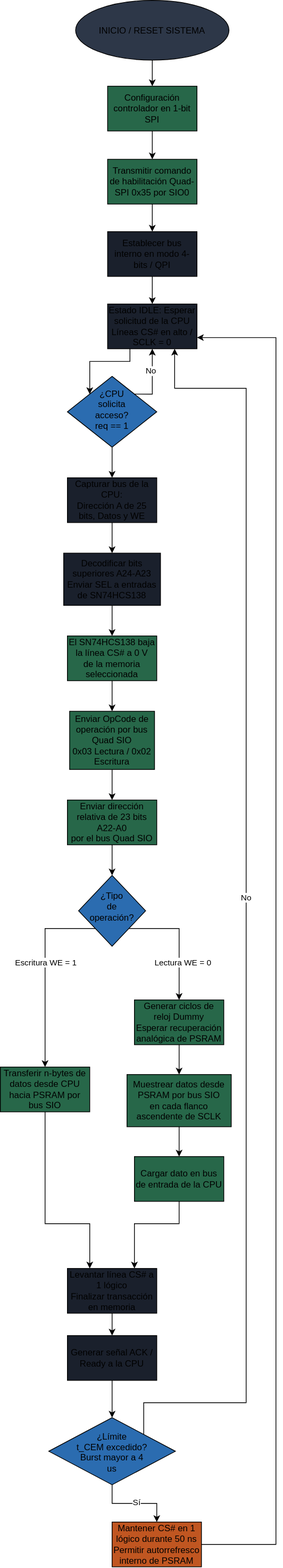
KUBIX2026/SPI_RAM keeps this draw.io diagram as Images/SPI_RAM.svg. Above is the earlier version. Source tidied: cells renumbered, new cells last; positions are measured from the earlier drawing's top-left corner, leaving out a move shared by most shapes. The source it was exported from:
```xml
<mxGraphModel>
  <root>
    <mxCell id="0" />
    <mxCell id="1" parent="0" />
    <mxCell id="2" style="edgeStyle=none;rounded=0;jettySize=auto;html=1;" parent="1" edge="1" source="3" target="5">
      <mxGeometry relative="1" as="geometry" />
    </mxCell>
    <mxCell id="3" value="INICIO / RESET SISTEMA" style="ellipse;whiteSpace=wrap;html=1;shapeInside=1;fillColor=light-dark(#2D3748,#2D3748);" parent="1" vertex="1">
      <mxGeometry x="101" width="206" height="80" as="geometry" />
    </mxCell>
    <mxCell id="4" style="edgeStyle=none;rounded=0;jettySize=auto;html=1;" parent="1" edge="1" source="5" target="7">
      <mxGeometry relative="1" as="geometry" />
    </mxCell>
    <mxCell id="5" value="Configuración controlador en 1-bit SPI" style="whiteSpace=wrap;html=1;fillColor=light-dark(#276749,#276749);" parent="1" vertex="1">
      <mxGeometry x="144" y="115" width="120" height="60" as="geometry" />
    </mxCell>
    <mxCell id="6" style="edgeStyle=none;rounded=0;jettySize=auto;html=1;" parent="1" edge="1" source="7" target="9">
      <mxGeometry relative="1" as="geometry" />
    </mxCell>
    <mxCell id="7" value="Transmitir comando de habilitación Quad-SPI 0x35 por SIO0" style="whiteSpace=wrap;html=1;fillColor=light-dark(#276749,#276749);" parent="1" vertex="1">
      <mxGeometry x="144" y="213" width="120" height="60" as="geometry" />
    </mxCell>
    <mxCell id="8" style="edgeStyle=orthogonalEdgeStyle;rounded=0;jettySize=auto;html=1;" parent="1" edge="1" source="9" target="11">
      <mxGeometry relative="1" as="geometry" />
    </mxCell>
    <mxCell id="9" value="Establecer bus interno en modo 4-bits / QPI" style="whiteSpace=wrap;html=1;fillColor=light-dark(#1A202C,#1A202C);" parent="1" vertex="1">
      <mxGeometry x="144" y="310" width="120" height="60" as="geometry" />
    </mxCell>
    <mxCell id="10" style="edgeStyle=orthogonalEdgeStyle;rounded=0;jettySize=auto;html=1;exitX=0.25;exitY=1;exitDx=0;exitDy=0;entryX=0;entryY=0;entryDx=0;entryDy=0;" parent="1" edge="1" source="11" target="15">
      <mxGeometry relative="1" as="geometry">
        <Array as="points">
          <mxPoint x="174" y="484" />
          <mxPoint x="120" y="484" />
        </Array>
      </mxGeometry>
    </mxCell>
    <mxCell id="11" value="&lt;div&gt;Estado IDLE: Esperar solicitud de la CPU&lt;/div&gt;&lt;div&gt;Líneas CS# en alto / SCLK = 0&lt;/div&gt;" style="whiteSpace=wrap;html=1;fillColor=light-dark(#1A202C,#1A202C);" parent="1" vertex="1">
      <mxGeometry x="144" y="407" width="120" height="60" as="geometry" />
    </mxCell>
    <mxCell id="12" style="edgeStyle=orthogonalEdgeStyle;rounded=0;jettySize=auto;html=1;exitX=1;exitY=0;exitDx=0;exitDy=0;entryX=0.5;entryY=1;entryDx=0;entryDy=0;" parent="1" edge="1" source="15" target="11">
      <mxGeometry relative="1" as="geometry">
        <Array as="points">
          <mxPoint x="204" y="527.8" />
        </Array>
      </mxGeometry>
    </mxCell>
    <mxCell id="13" value="No" style="edgeLabel;html=1;align=center;verticalAlign=middle;" parent="12" vertex="1">
      <mxGeometry x="0.29" y="3" relative="1" as="geometry" />
    </mxCell>
    <mxCell id="14" style="edgeStyle=orthogonalEdgeStyle;rounded=0;jettySize=auto;html=1;" parent="1" edge="1" source="15" target="17">
      <mxGeometry relative="1" as="geometry" />
    </mxCell>
    <mxCell id="15" value="&lt;div&gt;¿CPU solicita acceso?&lt;/div&gt;&lt;div&gt;req == 1&lt;/div&gt;" style="rhombus;whiteSpace=wrap;html=1;shapeInside=1;fillColor=light-dark(#2B6CB0,#2B6CB0);" parent="1" vertex="1">
      <mxGeometry x="90" y="504" width="120" height="95" as="geometry" />
    </mxCell>
    <mxCell id="16" style="edgeStyle=orthogonalEdgeStyle;rounded=0;jettySize=auto;html=1;" parent="1" edge="1" source="17" target="19">
      <mxGeometry relative="1" as="geometry" />
    </mxCell>
    <mxCell id="17" value="&lt;div&gt;Capturar bus de la CPU:&lt;/div&gt;&lt;div&gt;Dirección A de 25 bits, Datos y WE&lt;/div&gt;" style="whiteSpace=wrap;html=1;fillColor=light-dark(#1A202C,#1A202C);" parent="1" vertex="1">
      <mxGeometry x="90" y="640" width="120" height="60" as="geometry" />
    </mxCell>
    <mxCell id="18" style="edgeStyle=orthogonalEdgeStyle;rounded=0;jettySize=auto;html=1;" parent="1" edge="1" source="19" target="21">
      <mxGeometry relative="1" as="geometry" />
    </mxCell>
    <mxCell id="19" value="&lt;div&gt;Decodificar bits superiores A24-A23&lt;/div&gt;&lt;div&gt;Enviar SEL a entradas de SN74HCS138&lt;/div&gt;" style="whiteSpace=wrap;html=1;fillColor=light-dark(#1A202C,#1A202C);" parent="1" vertex="1">
      <mxGeometry x="85" y="741" width="130" height="70" as="geometry" />
    </mxCell>
    <mxCell id="20" style="edgeStyle=orthogonalEdgeStyle;rounded=0;jettySize=auto;html=1;" parent="1" edge="1" source="21" target="23">
      <mxGeometry relative="1" as="geometry" />
    </mxCell>
    <mxCell id="21" value="&lt;div&gt;El SN74HCS138 baja la línea CS# a 0 V&lt;/div&gt;&lt;div&gt;de la memoria seleccionada&lt;/div&gt;" style="whiteSpace=wrap;html=1;fillColor=light-dark(#276749,#276749);" parent="1" vertex="1">
      <mxGeometry x="90" y="852" width="120" height="60" as="geometry" />
    </mxCell>
    <mxCell id="22" style="edgeStyle=orthogonalEdgeStyle;rounded=0;jettySize=auto;html=1;" parent="1" edge="1" source="23" target="25">
      <mxGeometry relative="1" as="geometry" />
    </mxCell>
    <mxCell id="23" value="&lt;div&gt;Enviar OpCode de operación por bus Quad SIO&lt;/div&gt;&lt;div&gt;0x03 Lectura / 0x02 Escritura&lt;/div&gt;" style="whiteSpace=wrap;html=1;fillColor=light-dark(#276749,#276749);" parent="1" vertex="1">
      <mxGeometry x="93" y="953" width="114" height="78" as="geometry" />
    </mxCell>
    <mxCell id="24" style="edgeStyle=orthogonalEdgeStyle;rounded=0;jettySize=auto;html=1;" parent="1" edge="1" source="25" target="30">
      <mxGeometry relative="1" as="geometry" />
    </mxCell>
    <mxCell id="25" value="&lt;div&gt;Enviar dirección relativa de 23 bits A22-A0&lt;/div&gt;&lt;div&gt;por el bus Quad SIO&lt;/div&gt;" style="whiteSpace=wrap;html=1;fillColor=light-dark(#276749,#276749);" parent="1" vertex="1">
      <mxGeometry x="90" y="1072" width="120" height="60" as="geometry" />
    </mxCell>
    <mxCell id="26" style="edgeStyle=orthogonalEdgeStyle;rounded=0;jettySize=auto;html=1;exitX=0;exitY=1;exitDx=0;exitDy=0;" parent="1" edge="1" source="30" target="34">
      <mxGeometry relative="1" as="geometry">
        <Array as="points">
          <mxPoint x="60" y="1244.3" />
        </Array>
      </mxGeometry>
    </mxCell>
    <mxCell id="27" value="Escritura WE = 1" style="edgeLabel;html=1;align=center;verticalAlign=middle;" parent="26" vertex="1">
      <mxGeometry x="0.39" y="2" relative="1" as="geometry">
        <mxPoint x="-2" y="-63" as="offset" />
      </mxGeometry>
    </mxCell>
    <mxCell id="28" style="edgeStyle=orthogonalEdgeStyle;rounded=0;jettySize=auto;html=1;exitX=1;exitY=1;exitDx=0;exitDy=0;" parent="1" edge="1" source="30" target="32">
      <mxGeometry relative="1" as="geometry">
        <Array as="points">
          <mxPoint x="240" y="1244.3" />
        </Array>
      </mxGeometry>
    </mxCell>
    <mxCell id="29" value="Lectura WE = 0" style="edgeLabel;html=1;align=center;verticalAlign=middle;" parent="28" vertex="1">
      <mxGeometry x="0.31" y="4" relative="1" as="geometry">
        <mxPoint y="6" as="offset" />
      </mxGeometry>
    </mxCell>
    <mxCell id="30" value="¿Tipo de operación?" style="rhombus;whiteSpace=wrap;html=1;shapeInside=1;fillColor=light-dark(#2B6CB0,#2B6CB0);" parent="1" vertex="1">
      <mxGeometry x="105" y="1173" width="90" height="95" as="geometry" />
    </mxCell>
    <mxCell id="31" style="edgeStyle=orthogonalEdgeStyle;rounded=0;jettySize=auto;html=1;" parent="1" edge="1" source="32" target="36">
      <mxGeometry relative="1" as="geometry" />
    </mxCell>
    <mxCell id="32" value="&lt;div&gt;Generar ciclos de reloj Dummy&lt;/div&gt;&lt;div&gt;Esperar recuperación analógica de PSRAM&lt;/div&gt;" style="whiteSpace=wrap;html=1;fillColor=light-dark(#276749,#276749);" parent="1" vertex="1">
      <mxGeometry x="180" y="1340" width="120" height="60" as="geometry" />
    </mxCell>
    <mxCell id="33" style="edgeStyle=orthogonalEdgeStyle;rounded=0;jettySize=auto;html=1;entryX=0.25;entryY=0;entryDx=0;entryDy=0;" parent="1" edge="1" source="34" target="40">
      <mxGeometry x="-0.07" relative="1" as="geometry">
        <Array as="points">
          <mxPoint x="60" y="1640" />
          <mxPoint x="120" y="1640" />
        </Array>
      </mxGeometry>
    </mxCell>
    <mxCell id="34" value="&lt;div&gt;Transferir n-bytes de datos&amp;nbsp;&lt;span style=&quot;background-color: transparent; color: light-dark(#000000, var(--ge-light-color, #ffffff));&quot;&gt;desde CPU hacia PSRAM por bus SIO&lt;/span&gt;&lt;/div&gt;" style="whiteSpace=wrap;html=1;fillColor=light-dark(#276749,#276749);" parent="1" vertex="1">
      <mxGeometry y="1430" width="120" height="60" as="geometry" />
    </mxCell>
    <mxCell id="35" style="edgeStyle=orthogonalEdgeStyle;rounded=0;jettySize=auto;html=1;" parent="1" edge="1" source="36" target="38">
      <mxGeometry relative="1" as="geometry" />
    </mxCell>
    <mxCell id="36" value="&lt;div&gt;Muestrear datos desde PSRAM por bus SIO&lt;/div&gt;&lt;div&gt;en cada flanco ascendente de SCLK&lt;/div&gt;" style="whiteSpace=wrap;html=1;fillColor=light-dark(#276749,#276749);" parent="1" vertex="1">
      <mxGeometry x="170" y="1440" width="140" height="70" as="geometry" />
    </mxCell>
    <mxCell id="37" style="edgeStyle=orthogonalEdgeStyle;rounded=0;jettySize=auto;html=1;entryX=0.75;entryY=0;entryDx=0;entryDy=0;" parent="1" edge="1" source="38" target="40">
      <mxGeometry x="-0.07" relative="1" as="geometry">
        <Array as="points">
          <mxPoint x="240" y="1640" />
          <mxPoint x="180" y="1640" />
        </Array>
      </mxGeometry>
    </mxCell>
    <mxCell id="38" value="Cargar dato en bus de entrada de la CPU" style="whiteSpace=wrap;html=1;fillColor=light-dark(#276749,#276749);" parent="1" vertex="1">
      <mxGeometry x="180" y="1550" width="120" height="60" as="geometry" />
    </mxCell>
    <mxCell id="39" style="edgeStyle=orthogonalEdgeStyle;rounded=0;jettySize=auto;html=1;" parent="1" edge="1" source="40" target="42">
      <mxGeometry relative="1" as="geometry" />
    </mxCell>
    <mxCell id="40" value="&lt;div&gt;Levantar línea CS# a 1 lógico&lt;/div&gt;&lt;div&gt;Finalizar transacción en memoria&lt;/div&gt;" style="rounded=0;whiteSpace=wrap;html=1;fillColor=light-dark(#1A202C,#1A202C);" parent="1" vertex="1">
      <mxGeometry x="90" y="1700" width="120" height="60" as="geometry" />
    </mxCell>
    <mxCell id="41" style="edgeStyle=orthogonalEdgeStyle;rounded=0;jettySize=auto;html=1;" parent="1" edge="1" source="42" target="47">
      <mxGeometry relative="1" as="geometry" />
    </mxCell>
    <mxCell id="42" value="Generar señal ACK / Ready a la CPU" style="whiteSpace=wrap;html=1;rounded=0;fillColor=light-dark(#1A202C,#1A202C);" parent="1" vertex="1">
      <mxGeometry x="90" y="1790" width="120" height="60" as="geometry" />
    </mxCell>
    <mxCell id="43" style="edgeStyle=orthogonalEdgeStyle;rounded=0;jettySize=auto;html=1;" parent="1" edge="1" source="47" target="49">
      <mxGeometry relative="1" as="geometry" />
    </mxCell>
    <mxCell id="44" value="Sí" style="edgeLabel;html=1;align=center;verticalAlign=middle;" parent="43" vertex="1">
      <mxGeometry x="0.04" y="2" relative="1" as="geometry" />
    </mxCell>
    <mxCell id="45" style="edgeStyle=orthogonalEdgeStyle;rounded=0;jettySize=auto;html=1;entryX=0.75;entryY=1;entryDx=0;entryDy=0;exitX=1;exitY=0;exitDx=0;exitDy=0;" parent="1" edge="1" source="47" target="11">
      <mxGeometry x="0.05" relative="1" as="geometry">
        <Array as="points">
          <mxPoint x="192.5" y="1880" />
          <mxPoint x="330" y="1880" />
          <mxPoint x="330" y="520" />
          <mxPoint x="234" y="520" />
        </Array>
      </mxGeometry>
    </mxCell>
    <mxCell id="46" value="No" style="edgeLabel;html=1;align=center;verticalAlign=middle;" parent="45" vertex="1">
      <mxGeometry x="0.02" y="1" relative="1" as="geometry" />
    </mxCell>
    <mxCell id="47" value="&lt;div&gt;¿Límite t_CEM excedido?&lt;/div&gt;&lt;div&gt;Burst mayor a 4 us&lt;/div&gt;" style="rhombus;whiteSpace=wrap;html=1;shapeInside=1;rounded=0;fillColor=light-dark(#2B6CB0,#2B6CB0);" parent="1" vertex="1">
      <mxGeometry x="65" y="1900" width="170" height="90" as="geometry" />
    </mxCell>
    <mxCell id="48" style="edgeStyle=orthogonalEdgeStyle;rounded=0;jettySize=auto;html=1;exitX=1;exitY=0.5;exitDx=0;exitDy=0;entryX=1;entryY=0.75;entryDx=0;entryDy=0;" parent="1" edge="1" source="49" target="11">
      <mxGeometry relative="1" as="geometry">
        <Array as="points">
          <mxPoint x="370" y="2070" />
          <mxPoint x="370" y="452" />
        </Array>
      </mxGeometry>
    </mxCell>
    <mxCell id="49" value="&lt;div&gt;Mantener CS# en 1 lógico durante 50 ns&lt;/div&gt;&lt;div&gt;Permitir autorrefresco interno de PSRAM&lt;/div&gt;" style="whiteSpace=wrap;html=1;rounded=0;fillColor=light-dark(#C05621,#C05621);" parent="1" vertex="1">
      <mxGeometry x="150" y="2040" width="120" height="60" as="geometry" />
    </mxCell>
  </root>
</mxGraphModel>
```
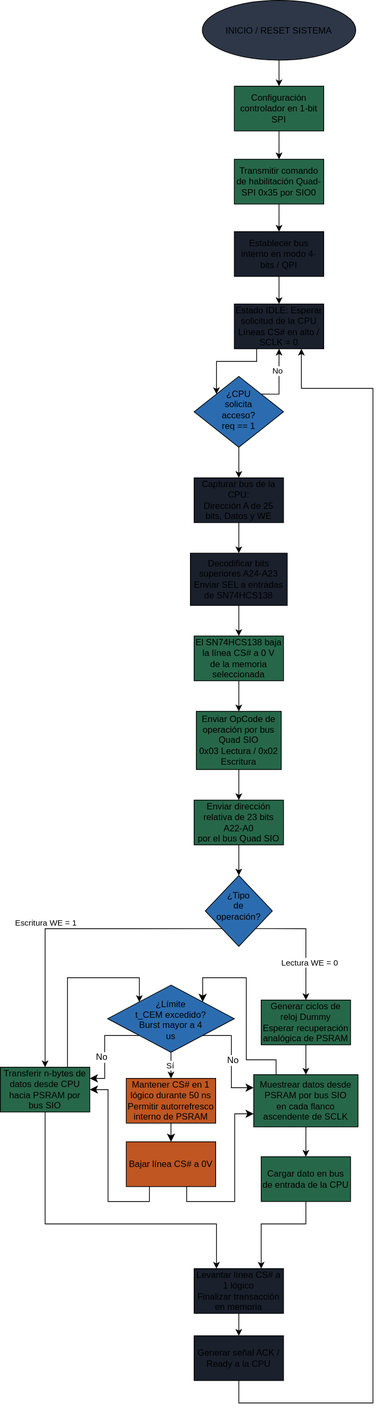
The same file after the commit.

Diff of the diagram source:
```diff
@@ -84,11 +84,7 @@
       <mxGeometry x="90" y="1072" width="120" height="60" as="geometry" />
     </mxCell>
     <mxCell id="26" style="edgeStyle=orthogonalEdgeStyle;rounded=0;jettySize=auto;html=1;exitX=0;exitY=1;exitDx=0;exitDy=0;" parent="1" edge="1" source="30" target="34">
-      <mxGeometry relative="1" as="geometry">
-        <Array as="points">
-          <mxPoint x="60" y="1244.3" />
-        </Array>
-      </mxGeometry>
+      <mxGeometry relative="1" as="geometry" />
     </mxCell>
     <mxCell id="27" value="Escritura WE = 1" style="edgeLabel;html=1;align=center;verticalAlign=middle;" parent="26" vertex="1">
       <mxGeometry x="0.39" y="2" relative="1" as="geometry">
@@ -119,17 +115,27 @@
     <mxCell id="33" style="edgeStyle=orthogonalEdgeStyle;rounded=0;jettySize=auto;html=1;entryX=0.25;entryY=0;entryDx=0;entryDy=0;" parent="1" edge="1" source="34" target="40">
       <mxGeometry x="-0.07" relative="1" as="geometry">
         <Array as="points">
-          <mxPoint x="60" y="1640" />
+          <mxPoint x="-110" y="1640" />
           <mxPoint x="120" y="1640" />
         </Array>
       </mxGeometry>
     </mxCell>
     <mxCell id="34" value="&lt;div&gt;Transferir n-bytes de datos&amp;nbsp;&lt;span style=&quot;background-color: transparent; color: light-dark(#000000, var(--ge-light-color, #ffffff));&quot;&gt;desde CPU hacia PSRAM por bus SIO&lt;/span&gt;&lt;/div&gt;" style="whiteSpace=wrap;html=1;fillColor=light-dark(#276749,#276749);" parent="1" vertex="1">
-      <mxGeometry y="1430" width="120" height="60" as="geometry" />
+      <mxGeometry x="-170" y="1430" width="120" height="60" as="geometry" />
     </mxCell>
     <mxCell id="35" style="edgeStyle=orthogonalEdgeStyle;rounded=0;jettySize=auto;html=1;" parent="1" edge="1" source="36" target="38">
       <mxGeometry relative="1" as="geometry" />
     </mxCell>
+    <mxCell id="50" style="edgeStyle=orthogonalEdgeStyle;rounded=0;jettySize=auto;html=1;fontSize=12;defaultLabelBackgroundColor=page;startSize=8;endSize=8;entryX=1;entryY=0;entryDx=0;entryDy=0;" parent="1" edge="1" source="36" target="47">
+      <mxGeometry x="-0.37" relative="1" as="geometry">
+        <Array as="points">
+          <mxPoint x="200" y="1420" />
+          <mxPoint x="160" y="1420" />
+          <mxPoint x="160" y="1310" />
+          <mxPoint x="101.5" y="1310" />
+        </Array>
+      </mxGeometry>
+    </mxCell>
     <mxCell id="36" value="&lt;div&gt;Muestrear datos desde PSRAM por bus SIO&lt;/div&gt;&lt;div&gt;en cada flanco ascendente de SCLK&lt;/div&gt;" style="whiteSpace=wrap;html=1;fillColor=light-dark(#276749,#276749);" parent="1" vertex="1">
       <mxGeometry x="170" y="1440" width="140" height="70" as="geometry" />
     </mxCell>
@@ -150,8 +156,13 @@
     <mxCell id="40" value="&lt;div&gt;Levantar línea CS# a 1 lógico&lt;/div&gt;&lt;div&gt;Finalizar transacción en memoria&lt;/div&gt;" style="rounded=0;whiteSpace=wrap;html=1;fillColor=light-dark(#1A202C,#1A202C);" parent="1" vertex="1">
       <mxGeometry x="90" y="1700" width="120" height="60" as="geometry" />
     </mxCell>
-    <mxCell id="41" style="edgeStyle=orthogonalEdgeStyle;rounded=0;jettySize=auto;html=1;" parent="1" edge="1" source="42" target="47">
-      <mxGeometry relative="1" as="geometry" />
+    <mxCell id="41" style="edgeStyle=orthogonalEdgeStyle;rounded=0;jettySize=auto;html=1;exitX=0.75;exitY=0;exitDx=0;exitDy=0;entryX=0;entryY=0;entryDx=0;entryDy=0;" parent="1" edge="1" source="34" target="47">
+      <mxGeometry x="-0.6" relative="1" as="geometry">
+        <Array as="points">
+          <mxPoint x="-80" y="1310" />
+          <mxPoint x="16.5" y="1310" />
+        </Array>
+      </mxGeometry>
     </mxCell>
     <mxCell id="42" value="Generar señal ACK / Ready a la CPU" style="whiteSpace=wrap;html=1;rounded=0;fillColor=light-dark(#1A202C,#1A202C);" parent="1" vertex="1">
       <mxGeometry x="90" y="1790" width="120" height="60" as="geometry" />
@@ -162,32 +173,69 @@
     <mxCell id="44" value="Sí" style="edgeLabel;html=1;align=center;verticalAlign=middle;" parent="43" vertex="1">
       <mxGeometry x="0.04" y="2" relative="1" as="geometry" />
     </mxCell>
-    <mxCell id="45" style="edgeStyle=orthogonalEdgeStyle;rounded=0;jettySize=auto;html=1;entryX=0.75;entryY=1;entryDx=0;entryDy=0;exitX=1;exitY=0;exitDx=0;exitDy=0;" parent="1" edge="1" source="47" target="11">
-      <mxGeometry x="0.05" relative="1" as="geometry">
+    <mxCell id="45" style="edgeStyle=orthogonalEdgeStyle;rounded=0;jettySize=auto;html=1;entryX=0.75;entryY=1;entryDx=0;entryDy=0;exitX=0.5;exitY=1;exitDx=0;exitDy=0;" parent="1" edge="1" source="42" target="11">
+      <mxGeometry x="0.06" relative="1" as="geometry">
         <Array as="points">
-          <mxPoint x="192.5" y="1880" />
+          <mxPoint x="150" y="1880" />
           <mxPoint x="330" y="1880" />
           <mxPoint x="330" y="520" />
           <mxPoint x="234" y="520" />
         </Array>
       </mxGeometry>
     </mxCell>
-    <mxCell id="46" value="No" style="edgeLabel;html=1;align=center;verticalAlign=middle;" parent="45" vertex="1">
-      <mxGeometry x="0.02" y="1" relative="1" as="geometry" />
-    </mxCell>
+    <mxCell id="51" style="edgeStyle=orthogonalEdgeStyle;rounded=0;jettySize=auto;html=1;exitX=1;exitY=1;exitDx=0;exitDy=0;entryX=0;entryY=0.25;entryDx=0;entryDy=0;fontSize=12;defaultLabelBackgroundColor=page;startSize=8;endSize=8;" parent="1" edge="1" source="47" target="36">
+      <mxGeometry relative="1" as="geometry">
+        <Array as="points">
+          <mxPoint x="140" y="1387.5" />
+          <mxPoint x="140" y="1457.5" />
+        </Array>
+      </mxGeometry>
+    </mxCell>
+    <mxCell id="52" value="No" style="edgeLabel;html=1;align=center;verticalAlign=middle;inheritText=1;fontSize=12;defaultLabelBackgroundColor=page;" parent="51" vertex="1">
+      <mxGeometry x="0.03" y="1" relative="1" as="geometry" />
+    </mxCell>
+    <mxCell id="53" style="edgeStyle=orthogonalEdgeStyle;rounded=0;jettySize=auto;html=1;exitX=0;exitY=1;exitDx=0;exitDy=0;entryX=1;entryY=0.25;entryDx=0;entryDy=0;fontSize=12;defaultLabelBackgroundColor=page;startSize=8;endSize=8;" parent="1" edge="1" source="47" target="34">
+      <mxGeometry relative="1" as="geometry">
+        <Array as="points">
+          <mxPoint x="-30" y="1387.5" />
+          <mxPoint x="-30" y="1445" />
+        </Array>
+      </mxGeometry>
+    </mxCell>
+    <mxCell id="54" value="No" style="edgeLabel;html=1;align=center;verticalAlign=middle;inheritText=1;fontSize=12;defaultLabelBackgroundColor=page;" parent="53" vertex="1">
+      <mxGeometry x="0.21" y="-4" relative="1" as="geometry">
+        <mxPoint x="-1" as="offset" />
+      </mxGeometry>
+    </mxCell>
     <mxCell id="47" value="&lt;div&gt;¿Límite t_CEM excedido?&lt;/div&gt;&lt;div&gt;Burst mayor a 4 us&lt;/div&gt;" style="rhombus;whiteSpace=wrap;html=1;shapeInside=1;rounded=0;fillColor=light-dark(#2B6CB0,#2B6CB0);" parent="1" vertex="1">
-      <mxGeometry x="65" y="1900" width="170" height="90" as="geometry" />
+      <mxGeometry x="-26" y="1320" width="170" height="90" as="geometry" />
     </mxCell>
-    <mxCell id="48" style="edgeStyle=orthogonalEdgeStyle;rounded=0;jettySize=auto;html=1;exitX=1;exitY=0.5;exitDx=0;exitDy=0;entryX=1;entryY=0.75;entryDx=0;entryDy=0;" parent="1" edge="1" source="49" target="11">
-      <mxGeometry relative="1" as="geometry">
-        <Array as="points">
-          <mxPoint x="370" y="2070" />
-          <mxPoint x="370" y="452" />
-        </Array>
-      </mxGeometry>
-    </mxCell>
+    <mxCell id="55" style="edgeStyle=none;curved=1;rounded=0;curveGeometry=1;jettySize=auto;html=1;fontSize=12;defaultLabelBackgroundColor=page;startSize=8;endSize=8;" parent="1" edge="1" source="49" target="58">
+      <mxGeometry relative="1" as="geometry" />
+    </mxCell>
     <mxCell id="49" value="&lt;div&gt;Mantener CS# en 1 lógico durante 50 ns&lt;/div&gt;&lt;div&gt;Permitir autorrefresco interno de PSRAM&lt;/div&gt;" style="whiteSpace=wrap;html=1;rounded=0;fillColor=light-dark(#C05621,#C05621);" parent="1" vertex="1">
-      <mxGeometry x="150" y="2040" width="120" height="60" as="geometry" />
+      <mxGeometry x="-1" y="1445" width="120" height="60" as="geometry" />
     </mxCell>
+    <mxCell id="56" style="edgeStyle=orthogonalEdgeStyle;rounded=0;jettySize=auto;html=1;entryX=1;entryY=0.5;entryDx=0;entryDy=0;fontSize=12;defaultLabelBackgroundColor=page;startSize=8;endSize=8;" parent="1" edge="1" source="58" target="34">
+      <mxGeometry x="0.41" relative="1" as="geometry">
+        <Array as="points">
+          <mxPoint x="30" y="1610" />
+          <mxPoint x="-25.5" y="1610" />
+          <mxPoint x="-25.5" y="1460" />
+        </Array>
+      </mxGeometry>
+    </mxCell>
+    <mxCell id="57" style="edgeStyle=orthogonalEdgeStyle;rounded=0;jettySize=auto;html=1;entryX=0;entryY=0.75;entryDx=0;entryDy=0;fontSize=12;defaultLabelBackgroundColor=page;startSize=8;endSize=8;" parent="1" edge="1" source="58" target="36">
+      <mxGeometry x="0.48" relative="1" as="geometry">
+        <Array as="points">
+          <mxPoint x="80" y="1610" />
+          <mxPoint x="144.5" y="1610" />
+          <mxPoint x="144.5" y="1492.5" />
+        </Array>
+      </mxGeometry>
+    </mxCell>
+    <mxCell id="58" value="Bajar línea CS# a 0V" style="whiteSpace=wrap;html=1;fillColor=light-dark(#C05621,#C05621);rounded=0;" parent="1" vertex="1">
+      <mxGeometry x="-1" y="1530" width="120" height="60" as="geometry" />
+    </mxCell>
   </root>
 </mxGraphModel>
```
